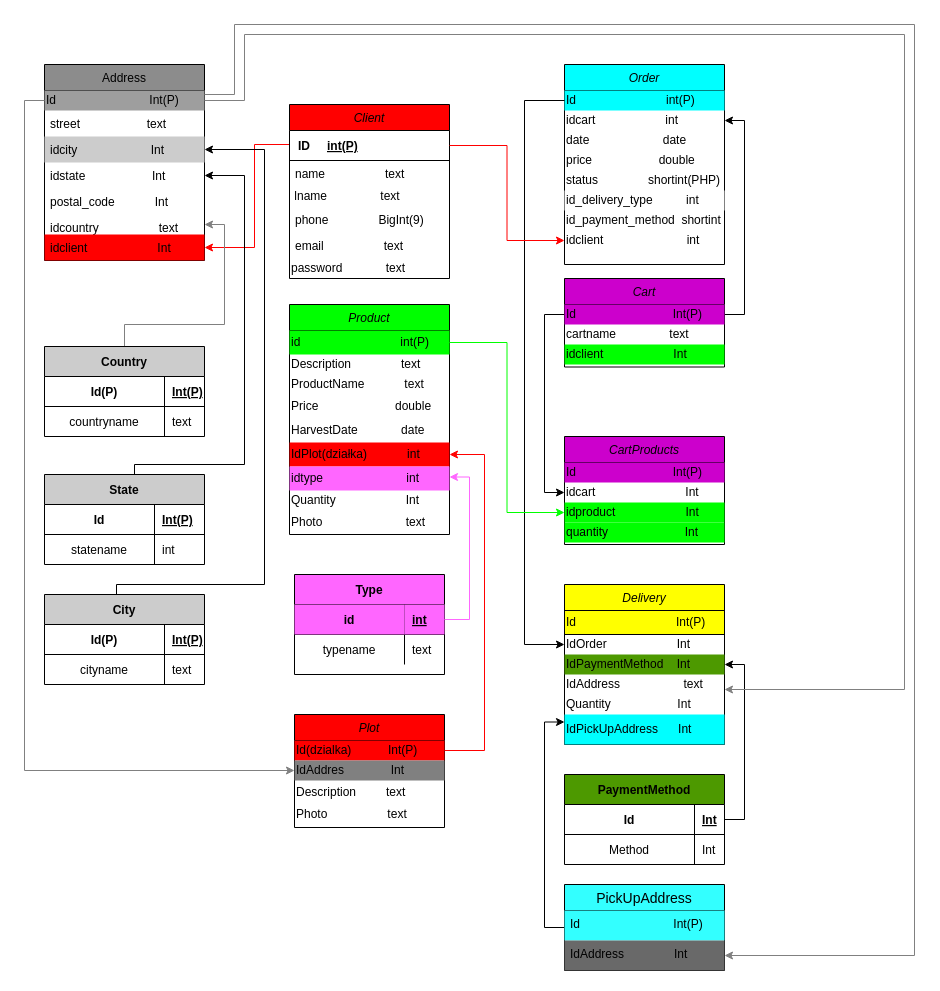
Earlier version of the draw.io diagram Brzoskwinie2.0.drawio (4RCZ1/Brzoskwinie). Source tidied: cells renumbered, new cells numbered last; positions are measured from the earlier drawing's top-left corner, leaving out a move shared by most shapes. Both pictures are drawn from the tidied source at 100%, with x=0, y=0 at pixel (44, 24).
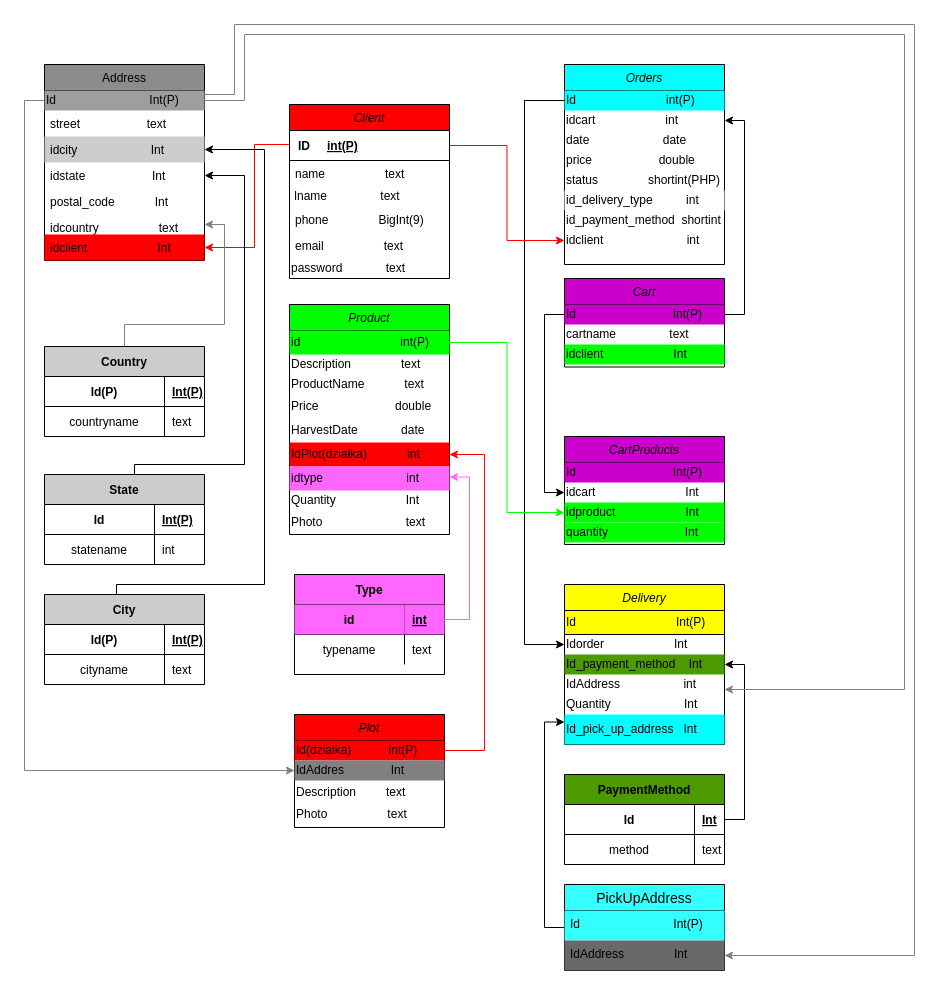
After the change.

Unchanged cells that the change refers to:
```xml
<mxCell id="57" value="Delivery" style="swimlane;fontStyle=2;align=center;verticalAlign=top;horizontal=1;startSize=26;rounded=0;shadow=0;strokeWidth=1;fillColor=#FFFF00;" parent="1" vertex="1">
  <mxGeometry x="520" y="560" width="160" height="160" as="geometry" />
</mxCell>
<mxCell id="68" style="shape=partialRectangle;fillColor=none;top=0;left=0;bottom=0;right=0;" parent="64" vertex="1">
  <mxGeometry y="60" width="160" height="30" as="geometry" />
</mxCell>
```

The edit, as a diff of the source:
```diff
@@
-    <mxCell id="43" value="Order" style="swimlane;fontStyle=2;align=center;verticalAlign=top;horizontal=1;startSize=26;rounded=0;shadow=0;strokeWidth=1;fillColor=#00FFFF;" parent="1" vertex="1">
+    <mxCell id="43" value="Orders" style="swimlane;fontStyle=2;align=center;verticalAlign=top;horizontal=1;startSize=26;rounded=0;shadow=0;strokeWidth=1;fillColor=#00FFFF;" parent="1" vertex="1">
       <mxGeometry x="520" y="40" width="160" height="200" as="geometry" />
     </mxCell>
@@
-    <mxCell id="59" value="IdOrder&amp;nbsp; &amp;nbsp; &amp;nbsp; &amp;nbsp; &amp;nbsp; &amp;nbsp; &amp;nbsp; &amp;nbsp; &amp;nbsp; &amp;nbsp; &amp;nbsp;Int" style="text;html=1;strokeColor=none;fillColor=none;align=left;verticalAlign=middle;whiteSpace=wrap;rounded=0;shadow=0;" parent="57" vertex="1">
+    <mxCell id="59" value="Idorder&amp;nbsp; &amp;nbsp; &amp;nbsp; &amp;nbsp; &amp;nbsp; &amp;nbsp; &amp;nbsp; &amp;nbsp; &amp;nbsp; &amp;nbsp; &amp;nbsp;Int" style="text;html=1;strokeColor=none;fillColor=none;align=left;verticalAlign=middle;whiteSpace=wrap;rounded=0;shadow=0;" parent="57" vertex="1">
       <mxGeometry y="50" width="160" height="20" as="geometry" />
     </mxCell>
-    <mxCell id="60" value="IdPaymentMethod&amp;nbsp; &amp;nbsp; Int&amp;nbsp; &amp;nbsp;" style="text;html=1;strokeColor=none;fillColor=#4D9900;align=left;verticalAlign=middle;whiteSpace=wrap;rounded=0;shadow=0;" parent="57" vertex="1">
+    <mxCell id="60" value="Id_payment_method&amp;nbsp; &amp;nbsp; Int&amp;nbsp; &amp;nbsp;" style="text;html=1;strokeColor=none;fillColor=#4D9900;align=left;verticalAlign=middle;whiteSpace=wrap;rounded=0;shadow=0;" parent="57" vertex="1">
       <mxGeometry y="70" width="160" height="20" as="geometry" />
     </mxCell>
-    <mxCell id="61" value="IdAddress&amp;nbsp; &amp;nbsp; &amp;nbsp; &amp;nbsp; &amp;nbsp; &amp;nbsp; &amp;nbsp; &amp;nbsp; &amp;nbsp; &amp;nbsp;text&amp;nbsp; &amp;nbsp; &amp;nbsp;&amp;nbsp;" style="text;html=1;strokeColor=none;fillColor=none;align=left;verticalAlign=middle;whiteSpace=wrap;rounded=0;shadow=0;" parent="57" vertex="1">
+    <mxCell id="61" value="IdAddress&amp;nbsp; &amp;nbsp; &amp;nbsp; &amp;nbsp; &amp;nbsp; &amp;nbsp; &amp;nbsp; &amp;nbsp; &amp;nbsp;&amp;nbsp; int" style="text;html=1;strokeColor=none;fillColor=none;align=left;verticalAlign=middle;whiteSpace=wrap;rounded=0;shadow=0;" parent="57" vertex="1">
       <mxGeometry y="90" width="160" height="20" as="geometry" />
     </mxCell>
-    <mxCell id="62" value="Quantity&amp;nbsp; &amp;nbsp; &amp;nbsp; &amp;nbsp; &amp;nbsp; &amp;nbsp; &amp;nbsp; &amp;nbsp; &amp;nbsp; &amp;nbsp; Int" style="text;html=1;strokeColor=none;fillColor=none;align=left;verticalAlign=middle;whiteSpace=wrap;rounded=0;shadow=0;" parent="57" vertex="1">
+    <mxCell id="62" value="Quantity&amp;nbsp; &amp;nbsp; &amp;nbsp; &amp;nbsp; &amp;nbsp; &amp;nbsp; &amp;nbsp; &amp;nbsp; &amp;nbsp; &amp;nbsp; &amp;nbsp; Int" style="text;html=1;strokeColor=none;fillColor=none;align=left;verticalAlign=middle;whiteSpace=wrap;rounded=0;shadow=0;" parent="57" vertex="1">
       <mxGeometry y="110" width="160" height="20" as="geometry" />
     </mxCell>
-    <mxCell id="63" value="IdPickUpAddress&amp;nbsp; &amp;nbsp; &amp;nbsp; Int" style="text;html=1;strokeColor=none;fillColor=#00FFFF;align=left;verticalAlign=middle;whiteSpace=wrap;rounded=0;" parent="57" vertex="1">
+    <mxCell id="63" value="Id_pick_up_address&amp;nbsp;&amp;nbsp; Int" style="text;html=1;strokeColor=none;fillColor=#00FFFF;align=left;verticalAlign=middle;whiteSpace=wrap;rounded=0;" parent="57" vertex="1">
       <mxGeometry y="130" width="160" height="30" as="geometry" />
     </mxCell>
@@
-    <mxCell id="69" value="Method" style="shape=partialRectangle;fillColor=none;top=0;left=0;bottom=0;right=0;overflow=hidden;" parent="68" vertex="1">
+    <mxCell id="69" value="method" style="shape=partialRectangle;fillColor=none;top=0;left=0;bottom=0;right=0;overflow=hidden;" parent="68" vertex="1">
       <mxGeometry width="130" height="30" as="geometry" />
     </mxCell>
-    <mxCell id="70" value="Int" style="shape=partialRectangle;fillColor=none;top=0;left=0;bottom=0;right=0;align=left;spacingLeft=6;overflow=hidden;" parent="68" vertex="1">
+    <mxCell id="70" value="text" style="shape=partialRectangle;fillColor=none;top=0;left=0;bottom=0;right=0;align=left;spacingLeft=6;overflow=hidden;" parent="68" vertex="1">
       <mxGeometry x="130" width="30" height="30" as="geometry" />
     </mxCell>
```
